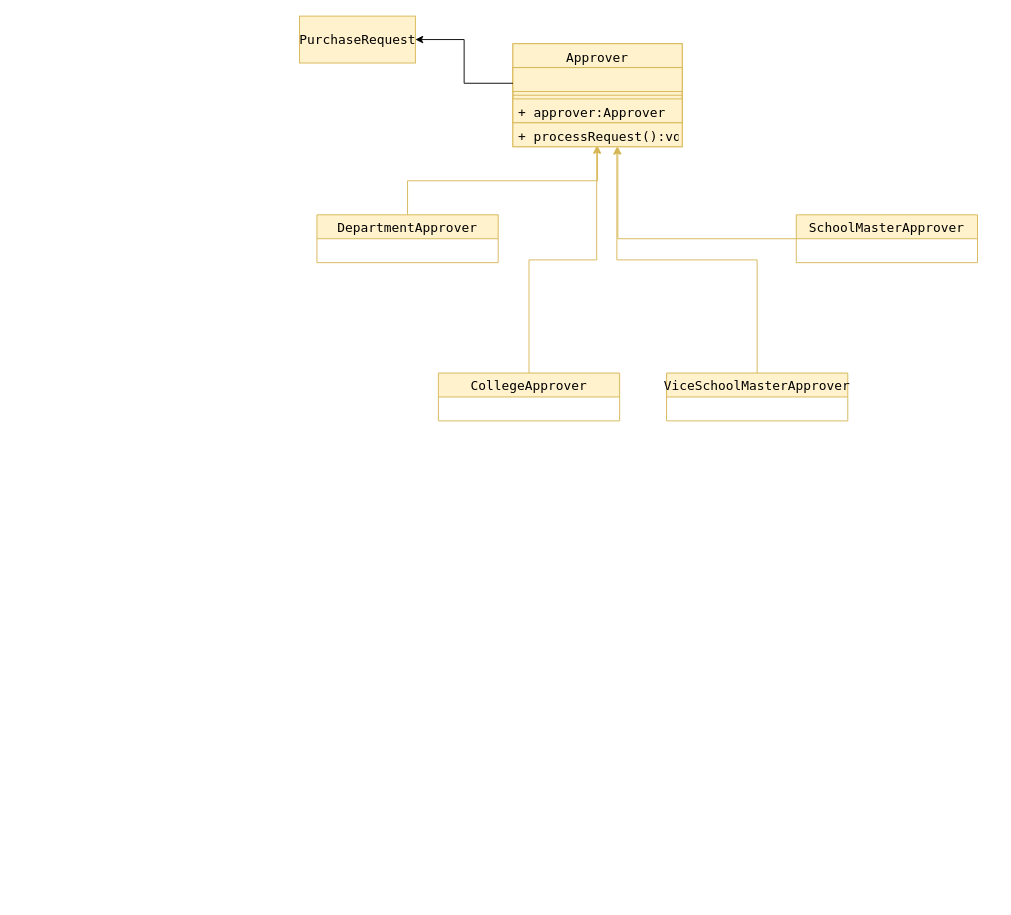
Earlier version of the draw.io diagram page "第 2 页" (2 of 2) of src/main/leetcode_manuscripts/draw_io/hbase_test_1.drawio (wat1r/geek-algorithm-leetcode). Source tidied: cells renumbered, new cells numbered last; positions are measured from the earlier drawing's top-left corner, leaving out a move shared by most shapes. Both pictures are drawn from the tidied source at 92%, with x=0, y=0 at pixel (299, 16).
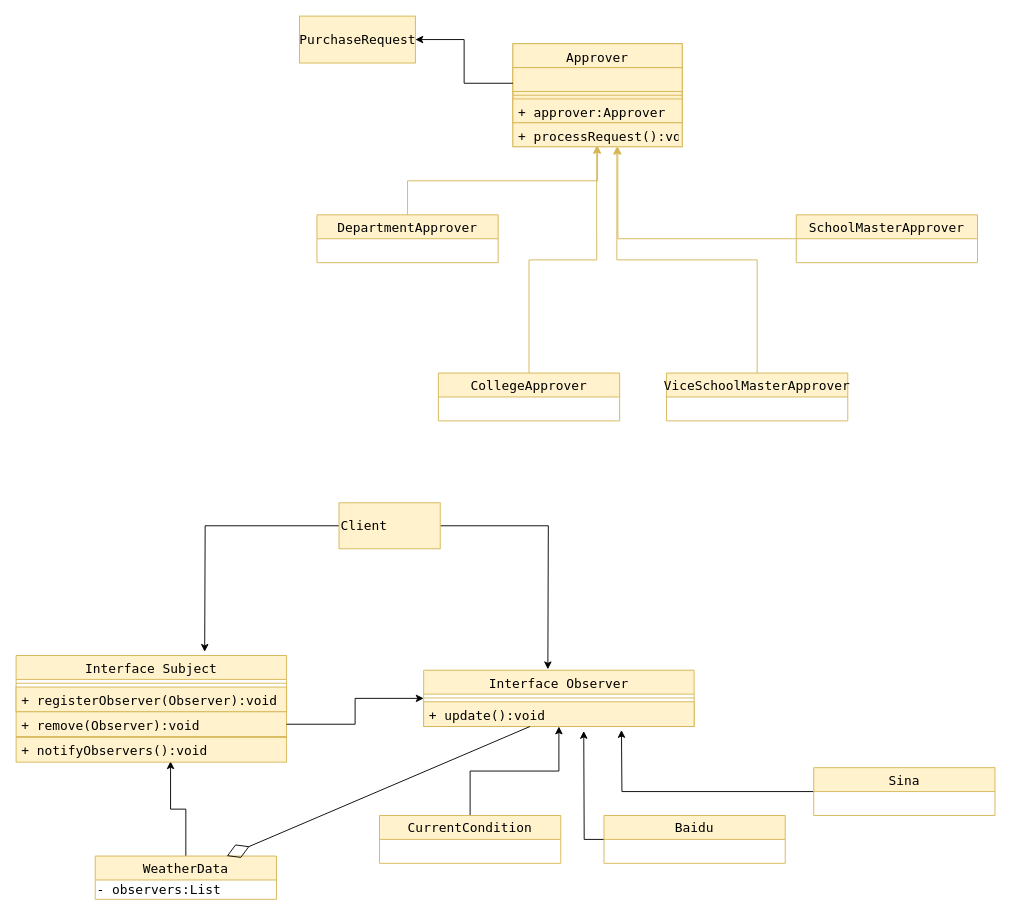
Above is the later version.

Diff of the diagram source:
```diff
@@
+    <mxCell id="18" style="edgeStyle=orthogonalEdgeStyle;rounded=0;jettySize=auto;html=1;entryX=0.571;entryY=0.965;entryDx=0;entryDy=0;entryPerimeter=0;fontFamily=Lucida Console;fontSize=14;" parent="1" edge="1" source="19" target="27">
+      <mxGeometry relative="1" as="geometry" />
+    </mxCell>
+    <mxCell id="19" value="WeatherData" style="swimlane;fontStyle=0;horizontal=1;startSize=26;fillColor=#fff2cc;fontFamily=Lucida Console;fontSize=14;strokeColor=#d6b656;" parent="1" vertex="1">
+      <mxGeometry x="-222" y="913" width="197" height="47" as="geometry" />
+    </mxCell>
+    <mxCell id="20" value="- observers:List" style="text;html=1;align=left;verticalAlign=middle;strokeColor=none;fontSize=14;fontFamily=Lucida Console;" parent="19" vertex="1">
+      <mxGeometry y="26" width="197" height="21" as="geometry" />
+    </mxCell>
+    <mxCell id="21" style="group;" parent="1" vertex="1">
+      <mxGeometry x="135" y="711" width="294" height="115.9" as="geometry" />
+    </mxCell>
+    <mxCell id="22" value="Interface Observer" style="swimlane;fontStyle=0;align=center;verticalAlign=top;horizontal=1;startSize=26;fillColor=#fff2cc;strokeColor=#d6b656;fontSize=14;fontFamily=Lucida Console;" parent="21" vertex="1">
+      <mxGeometry width="294" height="61.2" as="geometry" />
+    </mxCell>
+    <mxCell id="23" style="line;strokeWidth=1;fillColor=#fff2cc;align=left;verticalAlign=middle;spacingTop=-1;spacingLeft=3;spacingRight=3;labelPosition=right;strokeColor=#d6b656;fontSize=14;fontFamily=Lucida Console;fontStyle=0;" parent="22" vertex="1">
+      <mxGeometry y="26" width="294" height="8.3" as="geometry" />
+    </mxCell>
+    <mxCell id="24" value="+ update():void" style="text;strokeColor=#d6b656;fillColor=#fff2cc;align=left;verticalAlign=top;spacingLeft=4;spacingRight=4;overflow=hidden;points=[[0,0.5],[1,0.5]];portConstraint=eastwest;fontSize=14;fontFamily=Lucida Console;fontStyle=0;" parent="22" vertex="1">
+      <mxGeometry y="34.3" width="294" height="26.9" as="geometry" />
+    </mxCell>
+    <mxCell id="25" style="group;" parent="1" vertex="1">
+      <mxGeometry x="-306" y="726" width="298" height="142.9" as="geometry" />
+    </mxCell>
+    <mxCell id="26" style="group;" parent="25" vertex="1">
+      <mxGeometry x="-2" y="-31" width="294" height="115.9" as="geometry" />
+    </mxCell>
+    <mxCell id="27" value="+ notifyObservers():void" style="text;strokeColor=#d6b656;fillColor=#fff2cc;align=left;verticalAlign=top;spacingLeft=4;spacingRight=4;overflow=hidden;points=[[0,0.5],[1,0.5]];portConstraint=eastwest;fontSize=14;fontFamily=Lucida Console;fontStyle=0;" parent="26" vertex="1">
+      <mxGeometry y="89" width="294" height="26.9" as="geometry" />
+    </mxCell>
+    <mxCell id="28" value="Interface Subject" style="swimlane;fontStyle=0;align=center;verticalAlign=top;horizontal=1;startSize=26;fillColor=#fff2cc;strokeColor=#d6b656;fontSize=14;fontFamily=Lucida Console;" parent="26" vertex="1">
+      <mxGeometry width="294" height="61.2" as="geometry" />
+    </mxCell>
+    <mxCell id="29" style="line;strokeWidth=1;fillColor=#fff2cc;align=left;verticalAlign=middle;spacingTop=-1;spacingLeft=3;spacingRight=3;labelPosition=right;strokeColor=#d6b656;fontSize=14;fontFamily=Lucida Console;fontStyle=0;" parent="28" vertex="1">
+      <mxGeometry y="26" width="294" height="8.3" as="geometry" />
+    </mxCell>
+    <mxCell id="30" value="+ registerObserver(Observer):void" style="text;strokeColor=#d6b656;fillColor=#fff2cc;align=left;verticalAlign=top;spacingLeft=4;spacingRight=4;overflow=hidden;fontSize=14;fontFamily=Lucida Console;fontStyle=0;" parent="28" vertex="1">
+      <mxGeometry y="34.3" width="294" height="26.9" as="geometry" />
+    </mxCell>
+    <mxCell id="31" value="+ remove(Observer):void&#10;" style="text;strokeColor=#d6b656;fillColor=#fff2cc;align=left;verticalAlign=top;spacingLeft=4;spacingRight=4;overflow=hidden;points=[[0,0.5],[1,0.5]];portConstraint=eastwest;fontSize=14;fontFamily=Lucida Console;fontStyle=0;" parent="26" vertex="1">
+      <mxGeometry y="61.2" width="294" height="26.9" as="geometry" />
+    </mxCell>
+    <mxCell id="32" style="edgeStyle=orthogonalEdgeStyle;rounded=0;jettySize=auto;html=1;entryX=0.5;entryY=1;entryDx=0;entryDy=0;fontFamily=Lucida Console;fontSize=14;" parent="1" edge="1" source="33" target="22">
+      <mxGeometry relative="1" as="geometry" />
+    </mxCell>
+    <mxCell id="33" value="CurrentCondition" style="swimlane;fontStyle=0;horizontal=1;startSize=26;fillColor=#fff2cc;fontFamily=Lucida Console;fontSize=14;strokeColor=#d6b656;" parent="1" vertex="1">
+      <mxGeometry x="87" y="868.9" width="197" height="52" as="geometry" />
+    </mxCell>
+    <mxCell id="34" style="edgeStyle=orthogonalEdgeStyle;rounded=0;jettySize=auto;html=1;fontFamily=Lucida Console;fontSize=14;" parent="1" edge="1" source="35">
+      <mxGeometry relative="1" as="geometry">
+        <mxPoint x="309" y="777" as="targetPoint" />
+      </mxGeometry>
+    </mxCell>
+    <mxCell id="35" value="Baidu" style="swimlane;fontStyle=0;horizontal=1;startSize=26;fillColor=#fff2cc;fontFamily=Lucida Console;fontSize=14;strokeColor=#d6b656;" parent="1" vertex="1">
+      <mxGeometry x="331" y="868.9" width="197" height="52" as="geometry" />
+    </mxCell>
+    <mxCell id="36" style="edgeStyle=orthogonalEdgeStyle;rounded=0;jettySize=auto;html=1;fontFamily=Lucida Console;fontSize=14;" parent="1" edge="1" source="37">
+      <mxGeometry relative="1" as="geometry">
+        <mxPoint x="350" y="776" as="targetPoint" />
+      </mxGeometry>
+    </mxCell>
+    <mxCell id="37" value="Sina" style="swimlane;fontStyle=0;horizontal=1;startSize=26;fillColor=#fff2cc;fontFamily=Lucida Console;fontSize=14;strokeColor=#d6b656;" parent="1" vertex="1">
+      <mxGeometry x="559" y="816.9" width="197" height="52" as="geometry" />
+    </mxCell>
+    <mxCell id="38" style="edgeStyle=orthogonalEdgeStyle;rounded=0;jettySize=auto;html=1;entryX=0;entryY=0.5;entryDx=0;entryDy=0;fontFamily=Lucida Console;fontSize=14;" parent="1" edge="1" source="31" target="22">
+      <mxGeometry relative="1" as="geometry" />
+    </mxCell>
+    <mxCell id="39" style="endArrow=diamondThin;endFill=0;endSize=24;html=1;fontFamily=Lucida Console;fontSize=14;" parent="1" edge="1" source="24">
+      <mxGeometry relative="1" as="geometry">
+        <mxPoint x="-79" y="913" as="targetPoint" />
+      </mxGeometry>
+    </mxCell>
+    <mxCell id="40" style="edgeStyle=orthogonalEdgeStyle;rounded=0;jettySize=auto;html=1;fontFamily=Lucida Console;fontSize=14;" parent="1" edge="1" source="42">
+      <mxGeometry relative="1" as="geometry">
+        <mxPoint x="-103" y="691" as="targetPoint" />
+      </mxGeometry>
+    </mxCell>
+    <mxCell id="41" style="edgeStyle=orthogonalEdgeStyle;rounded=0;jettySize=auto;html=1;fontFamily=Lucida Console;fontSize=14;" parent="1" edge="1" source="42">
+      <mxGeometry relative="1" as="geometry">
+        <mxPoint x="270" y="710" as="targetPoint" />
+      </mxGeometry>
+    </mxCell>
+    <mxCell id="42" value="Client" style="html=1;fontFamily=Lucida Console;fontSize=14;align=left;fillColor=#fff2cc;strokeColor=#d6b656;" parent="1" vertex="1">
+      <mxGeometry x="43" y="529" width="110" height="50" as="geometry" />
+    </mxCell>
```
